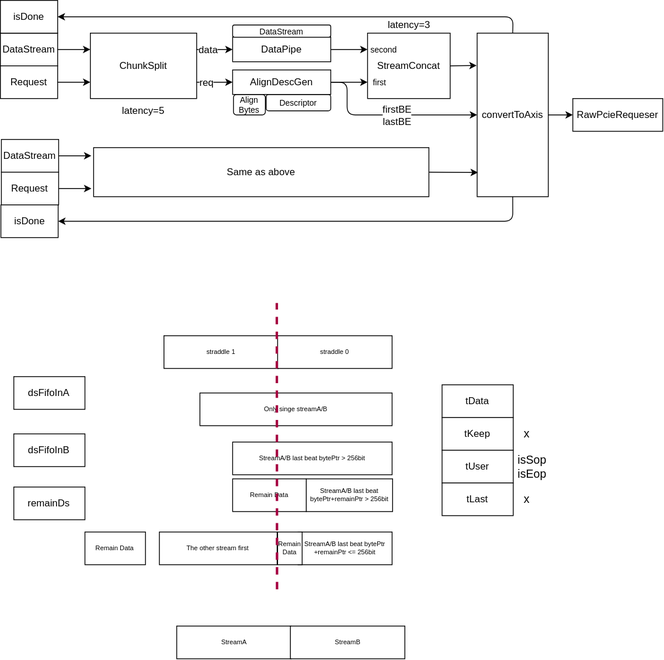
This is img/requester.drawio.svg from datenlord/blue-dmac, a draw.io export, as it was before one commit. Source tidied: cells renumbered, new cells last; positions are measured from the earlier drawing's top-left corner, leaving out a move shared by most shapes.
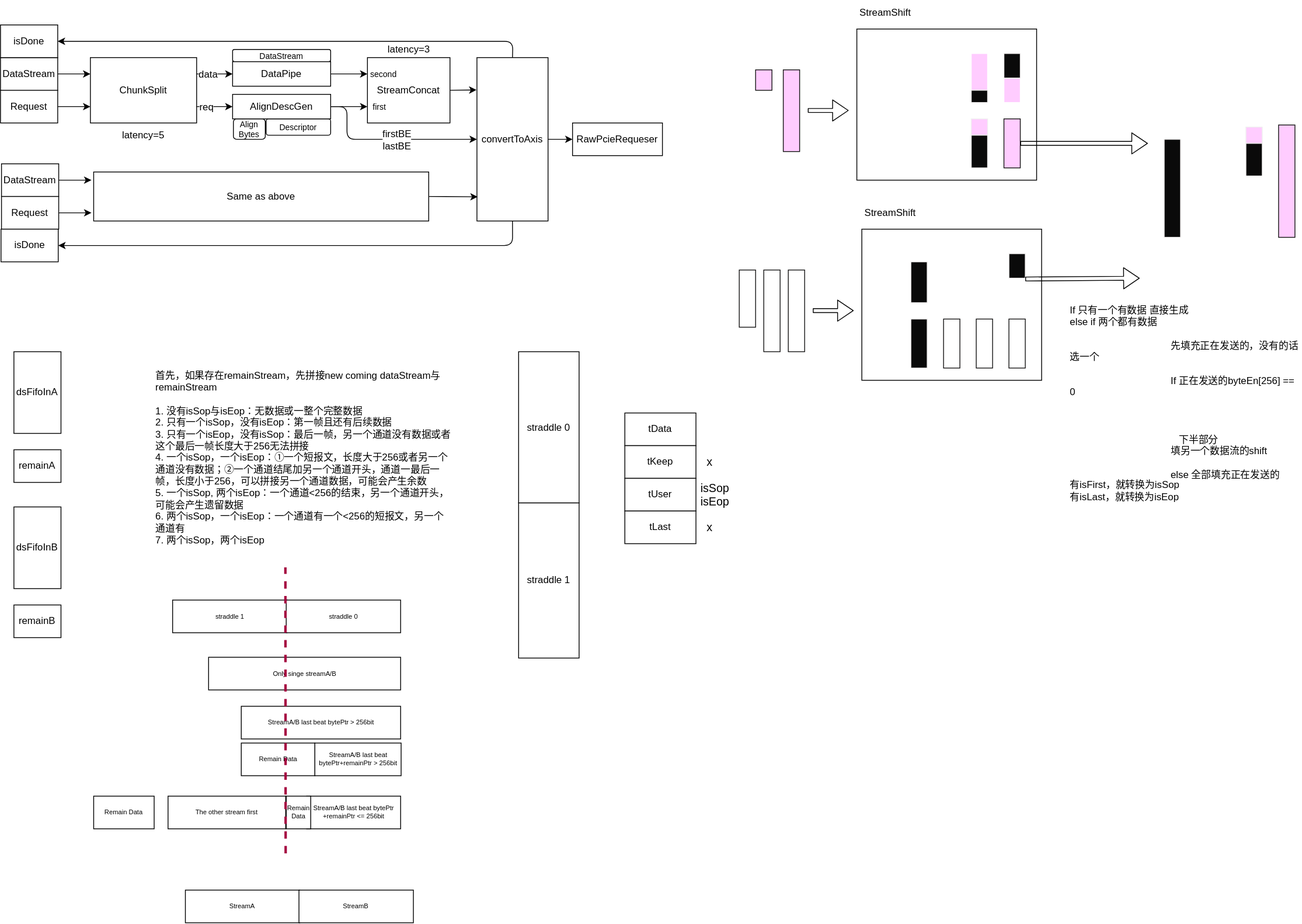
Above is the later version.

The edit, as a diff of the source:
```diff
@@ -97,60 +97,57 @@
     <mxCell id="28" value="&lt;span style=&quot;font-size: 12px;&quot;&gt;dsFifoInA&lt;/span&gt;" style="rounded=0;whiteSpace=wrap;html=1;fontSize=8;" parent="1" vertex="1">
-      <mxGeometry x="16.4" y="460" width="87" height="40" as="geometry" />
+      <mxGeometry x="16.4" y="400" width="57.6" height="100" as="geometry" />
     </mxCell>
-    <mxCell id="29" value="&lt;span style=&quot;font-size: 12px;&quot;&gt;dsFifoInB&lt;/span&gt;" style="rounded=0;whiteSpace=wrap;html=1;fontSize=8;" parent="1" vertex="1">
-      <mxGeometry x="16.4" y="530" width="87" height="40" as="geometry" />
-    </mxCell>
     <mxCell id="30" value="&lt;span style=&quot;font-size: 12px;&quot;&gt;tData&lt;/span&gt;" style="rounded=0;whiteSpace=wrap;html=1;fontSize=8;" parent="1" vertex="1">
-      <mxGeometry x="540.1" y="470" width="87" height="40" as="geometry" />
+      <mxGeometry x="764" y="475" width="87" height="40" as="geometry" />
     </mxCell>
     <mxCell id="31" value="&lt;span style=&quot;font-size: 12px;&quot;&gt;tKeep&lt;/span&gt;" style="rounded=0;whiteSpace=wrap;html=1;fontSize=8;" parent="1" vertex="1">
-      <mxGeometry x="540.1" y="510" width="87" height="40" as="geometry" />
+      <mxGeometry x="764" y="515" width="87" height="40" as="geometry" />
     </mxCell>
     <mxCell id="32" value="&lt;span style=&quot;font-size: 12px;&quot;&gt;tUser&lt;/span&gt;" style="rounded=0;whiteSpace=wrap;html=1;fontSize=8;" parent="1" vertex="1">
-      <mxGeometry x="540.1" y="550" width="87" height="40" as="geometry" />
+      <mxGeometry x="764" y="555" width="87" height="40" as="geometry" />
     </mxCell>
     <mxCell id="33" value="&lt;span style=&quot;font-size: 12px;&quot;&gt;tLast&lt;/span&gt;" style="rounded=0;whiteSpace=wrap;html=1;fontSize=8;" parent="1" vertex="1">
-      <mxGeometry x="540.1" y="590" width="87" height="40" as="geometry" />
+      <mxGeometry x="764" y="595" width="87" height="40" as="geometry" />
     </mxCell>
     <mxCell id="34" value="straddle 1" style="rounded=0;whiteSpace=wrap;html=1;fontSize=8;" parent="1" vertex="1">
-      <mxGeometry x="200" y="410" width="140" height="40" as="geometry" />
+      <mxGeometry x="210.6" y="704" width="140" height="40" as="geometry" />
     </mxCell>
     <mxCell id="35" value="straddle 0" style="rounded=0;whiteSpace=wrap;html=1;fontSize=8;" parent="1" vertex="1">
-      <mxGeometry x="339" y="410" width="140" height="40" as="geometry" />
+      <mxGeometry x="349.6" y="704" width="140" height="40" as="geometry" />
     </mxCell>
     <mxCell id="36" value="StreamA/B last beat bytePtr &amp;gt; 256bit" style="rounded=0;whiteSpace=wrap;html=1;fontSize=8;" parent="1" vertex="1">
-      <mxGeometry x="284" y="540" width="195" height="40" as="geometry" />
+      <mxGeometry x="294.6" y="834" width="195" height="40" as="geometry" />
     </mxCell>
     <mxCell id="37" value="Only singe streamA/B" style="rounded=0;whiteSpace=wrap;html=1;fontSize=8;" parent="1" vertex="1">
-      <mxGeometry x="244" y="480" width="235" height="40" as="geometry" />
+      <mxGeometry x="254.6" y="774" width="235" height="40" as="geometry" />
     </mxCell>
     <mxCell id="38" value="StreamA" style="rounded=0;whiteSpace=wrap;html=1;fontSize=8;" parent="1" vertex="1">
-      <mxGeometry x="215.6" y="765" width="140" height="40" as="geometry" />
+      <mxGeometry x="226.2" y="1059" width="140" height="40" as="geometry" />
     </mxCell>
     <mxCell id="39" value="StreamB" style="rounded=0;whiteSpace=wrap;html=1;fontSize=8;" parent="1" vertex="1">
-      <mxGeometry x="354.6" y="765" width="140" height="40" as="geometry" />
+      <mxGeometry x="365.2" y="1059" width="140" height="40" as="geometry" />
     </mxCell>
     <mxCell id="40" value="&lt;font style=&quot;font-size: 14px;&quot;&gt;x&lt;/font&gt;" style="text;html=1;strokeColor=none;fillColor=none;align=center;verticalAlign=middle;whiteSpace=wrap;rounded=0;" parent="1" vertex="1">
-      <mxGeometry x="627.1" y="515" width="34" height="30" as="geometry" />
+      <mxGeometry x="851" y="520" width="34" height="30" as="geometry" />
     </mxCell>
     <mxCell id="41" value="&lt;font style=&quot;font-size: 14px;&quot;&gt;x&lt;/font&gt;" style="text;html=1;strokeColor=none;fillColor=none;align=center;verticalAlign=middle;whiteSpace=wrap;rounded=0;" parent="1" vertex="1">
-      <mxGeometry x="627.1" y="595" width="34" height="30" as="geometry" />
+      <mxGeometry x="851" y="600" width="34" height="30" as="geometry" />
     </mxCell>
     <mxCell id="42" value="StreamA/B last beat&amp;nbsp;bytePtr&lt;br&gt;+remainPtr &amp;lt;= 256bit" style="rounded=0;whiteSpace=wrap;html=1;fontSize=8;" parent="1" vertex="1">
-      <mxGeometry x="364" y="650" width="115" height="40" as="geometry" />
+      <mxGeometry x="374.6" y="944" width="115" height="40" as="geometry" />
     </mxCell>
     <mxCell id="43" value="The other stream first" style="rounded=0;whiteSpace=wrap;html=1;fontSize=8;" parent="1" vertex="1">
-      <mxGeometry x="194.4" y="650" width="144" height="40" as="geometry" />
+      <mxGeometry x="205" y="944" width="144" height="40" as="geometry" />
     </mxCell>
     <mxCell id="44" value="Remain Data" style="rounded=0;whiteSpace=wrap;html=1;fontSize=8;" parent="1" vertex="1">
-      <mxGeometry x="103.4" y="650" width="74" height="40" as="geometry" />
+      <mxGeometry x="114" y="944" width="74" height="40" as="geometry" />
     </mxCell>
     <mxCell id="45" value="StreamA/B last beat bytePtr+remainPtr &amp;gt; 256bit" style="rounded=0;whiteSpace=wrap;html=1;fontSize=8;" parent="1" vertex="1">
-      <mxGeometry x="374" y="585" width="105.6" height="40" as="geometry" />
+      <mxGeometry x="384.6" y="879" width="105.6" height="40" as="geometry" />
     </mxCell>
     <mxCell id="46" value="Remain Data" style="rounded=0;whiteSpace=wrap;html=1;fontSize=8;" parent="1" vertex="1">
-      <mxGeometry x="284" y="585" width="90" height="40" as="geometry" />
+      <mxGeometry x="294.6" y="879" width="90" height="40" as="geometry" />
     </mxCell>
     <mxCell id="47" value="Remain Data" style="rounded=0;whiteSpace=wrap;html=1;fontSize=8;" parent="1" vertex="1">
-      <mxGeometry x="339" y="650" width="30" height="40" as="geometry" />
+      <mxGeometry x="349.6" y="944" width="30" height="40" as="geometry" />
     </mxCell>
@@ -158,4 +155,4 @@
       <mxGeometry relative="1" as="geometry">
-        <mxPoint x="338.3" y="720" as="sourcePoint" />
-        <mxPoint x="338" y="370" as="targetPoint" />
+        <mxPoint x="348.9" y="1014" as="sourcePoint" />
+        <mxPoint x="348.6" y="664" as="targetPoint" />
       </mxGeometry>
@@ -163,3 +160,3 @@
     <mxCell id="49" value="&lt;font style=&quot;font-size: 14px;&quot;&gt;isSop&lt;br&gt;isEop&lt;br&gt;&lt;/font&gt;" style="text;html=1;strokeColor=none;fillColor=none;align=center;verticalAlign=middle;whiteSpace=wrap;rounded=0;" parent="1" vertex="1">
-      <mxGeometry x="627.1" y="555" width="46.9" height="30" as="geometry" />
+      <mxGeometry x="851" y="560" width="46.9" height="30" as="geometry" />
     </mxCell>
@@ -197,4 +194,4 @@
     </mxCell>
-    <mxCell id="59" value="&lt;span style=&quot;font-size: 12px;&quot;&gt;remainDs&lt;/span&gt;" style="rounded=0;whiteSpace=wrap;html=1;fontSize=8;" parent="1" vertex="1">
-      <mxGeometry x="16.4" y="595" width="87" height="40" as="geometry" />
+    <mxCell id="59" value="&lt;span style=&quot;font-size: 12px;&quot;&gt;remainA&lt;/span&gt;" style="rounded=0;whiteSpace=wrap;html=1;fontSize=8;" parent="1" vertex="1">
+      <mxGeometry x="16.4" y="520" width="57.6" height="40" as="geometry" />
     </mxCell>
@@ -206,2 +203,148 @@
     </mxCell>
+    <mxCell id="62" value="&lt;font style=&quot;font-size: 12px;&quot;&gt;straddle 1&lt;/font&gt;" style="rounded=0;whiteSpace=wrap;html=1;fontSize=8;" parent="1" vertex="1">
+      <mxGeometry x="634" y="585" width="74" height="190" as="geometry" />
+    </mxCell>
+    <mxCell id="63" value="&lt;font style=&quot;font-size: 12px;&quot;&gt;straddle 0&lt;/font&gt;" style="rounded=0;whiteSpace=wrap;html=1;fontSize=8;" parent="1" vertex="1">
+      <mxGeometry x="634" y="400" width="74" height="185" as="geometry" />
+    </mxCell>
+    <mxCell id="64" value="首先，如果存在remainStream，先拼接new coming dataStream与remainStream&lt;br&gt;&lt;br&gt;1. 没有isSop与isEop：无数据或一整个完整数据&lt;br&gt;&lt;div style=&quot;&quot;&gt;&lt;span style=&quot;background-color: initial;&quot;&gt;2. 只有一个isSop，没有isEop：第一帧且还有后续数据&lt;/span&gt;&lt;/div&gt;&lt;div style=&quot;&quot;&gt;&lt;span style=&quot;background-color: initial;&quot;&gt;3. 只有一个isEop，没有isSop：最后一帧，另一个通道没有数据或者这个最后一帧长度大于256无法拼接&lt;/span&gt;&lt;/div&gt;&lt;div style=&quot;&quot;&gt;&lt;span style=&quot;background-color: initial;&quot;&gt;4. 一个isSop，一个isEop：①一个短报文，长度大于256或者另一个通道没有数据；②一个通道结尾加另一个通道开头，通道一最后一帧，长度小于256，可以拼接另一个通道数据，可能会产生余数&lt;/span&gt;&lt;/div&gt;&lt;div style=&quot;&quot;&gt;&lt;span style=&quot;background-color: initial;&quot;&gt;5. 一个isSop, 两个isEop：一个通道&amp;lt;256的结束，另一个通道开头，可能会产生遗留数据&lt;/span&gt;&lt;/div&gt;&lt;div style=&quot;&quot;&gt;&lt;span style=&quot;background-color: initial;&quot;&gt;6. 两个isSop，一个isEop：一个通道有一个&amp;lt;256的短报文，另一个通道有&lt;/span&gt;&lt;/div&gt;&lt;div style=&quot;&quot;&gt;&lt;span style=&quot;background-color: initial;&quot;&gt;7. 两个isSop，两个isEop&lt;/span&gt;&lt;/div&gt;" style="text;html=1;strokeColor=none;fillColor=none;align=left;verticalAlign=middle;whiteSpace=wrap;rounded=0;fontSize=12;" parent="1" vertex="1">
+      <mxGeometry x="188" y="400" width="366" height="260" as="geometry" />
+    </mxCell>
+    <mxCell id="29" value="&lt;span style=&quot;font-size: 12px;&quot;&gt;dsFifoInB&lt;/span&gt;" style="rounded=0;whiteSpace=wrap;html=1;fontSize=8;" parent="1" vertex="1">
+      <mxGeometry x="16.4" y="590" width="57.6" height="100" as="geometry" />
+    </mxCell>
+    <mxCell id="65" value="&lt;span style=&quot;font-size: 12px;&quot;&gt;remainB&lt;/span&gt;" style="rounded=0;whiteSpace=wrap;html=1;fontSize=8;" parent="1" vertex="1">
+      <mxGeometry x="16.4" y="710" width="57.6" height="40" as="geometry" />
+    </mxCell>
+    <mxCell id="66" style="rounded=0;whiteSpace=wrap;html=1;fontSize=8;" parent="1" vertex="1">
+      <mxGeometry x="1054" y="250" width="220" height="185" as="geometry" />
+    </mxCell>
+    <mxCell id="67" style="rounded=0;whiteSpace=wrap;html=1;fontSize=12;fillStyle=auto;gradientColor=none;fillColor=#FFFFFF;glass=0;strokeColor=#151414;" parent="1" vertex="1">
+      <mxGeometry x="964" y="300" width="20" height="100" as="geometry" />
+    </mxCell>
+    <mxCell id="68" style="shape=flexArrow;endArrow=classic;html=1;strokeWidth=1;fontSize=12;width=4.848484848484849;endSize=6.054545454545455;" parent="1" edge="1">
+      <mxGeometry relative="1" as="geometry">
+        <mxPoint x="994" y="349.7" as="sourcePoint" />
+        <mxPoint x="1044" y="349.7" as="targetPoint" />
+      </mxGeometry>
+    </mxCell>
+    <mxCell id="69" style="rounded=0;whiteSpace=wrap;html=1;fontSize=12;fillStyle=auto;gradientColor=none;fillColor=#FFFFFF;glass=0;strokeColor=#151414;" parent="1" vertex="1">
+      <mxGeometry x="1234" y="360" width="20" height="60" as="geometry" />
+    </mxCell>
+    <mxCell id="70" style="rounded=0;whiteSpace=wrap;html=1;fontSize=12;fillStyle=auto;gradientColor=none;fillColor=#FFFFFF;glass=0;strokeColor=#FFFFFF;" parent="1" vertex="1">
+      <mxGeometry x="1234" y="310" width="20" height="30" as="geometry" />
+    </mxCell>
+    <mxCell id="71" style="rounded=0;whiteSpace=wrap;html=1;fontSize=12;fillStyle=auto;gradientColor=none;fillColor=#FFFFFF;glass=0;strokeColor=#151414;" parent="1" vertex="1">
+      <mxGeometry x="934" y="300" width="20" height="100" as="geometry" />
+    </mxCell>
+    <mxCell id="72" style="rounded=0;whiteSpace=wrap;html=1;fontSize=12;fillStyle=auto;gradientColor=none;fillColor=#FFFFFF;glass=0;strokeColor=#151414;" parent="1" vertex="1">
+      <mxGeometry x="904" y="300" width="20" height="70" as="geometry" />
+    </mxCell>
+    <mxCell id="73" style="rounded=0;whiteSpace=wrap;html=1;fontSize=12;fillStyle=auto;gradientColor=none;fillColor=#FFFFFF;glass=0;strokeColor=#151414;" parent="1" vertex="1">
+      <mxGeometry x="1194" y="360" width="20" height="60" as="geometry" />
+    </mxCell>
+    <mxCell id="74" style="rounded=0;whiteSpace=wrap;html=1;fontSize=12;fillStyle=auto;gradientColor=none;fillColor=#FFFFFF;glass=0;strokeColor=#151414;" parent="1" vertex="1">
+      <mxGeometry x="1154" y="360" width="20" height="60" as="geometry" />
+    </mxCell>
+    <mxCell id="75" style="rounded=0;whiteSpace=wrap;html=1;fontSize=12;fillStyle=auto;gradientColor=none;fillColor=#0a0a0a;glass=0;strokeColor=#f1efef;strokeWidth=1;" parent="1" vertex="1">
+      <mxGeometry x="1234" y="280" width="20" height="30" as="geometry" />
+    </mxCell>
+    <mxCell id="76" style="rounded=0;whiteSpace=wrap;html=1;fontSize=12;fillStyle=auto;gradientColor=none;fillColor=#FFFFFF;glass=0;strokeColor=#FFFFFF;" parent="1" vertex="1">
+      <mxGeometry x="1194" y="280" width="20" height="60" as="geometry" />
+    </mxCell>
+    <mxCell id="77" style="rounded=0;whiteSpace=wrap;html=1;fontSize=12;fillStyle=auto;gradientColor=none;fillColor=#FFFFFF;glass=0;strokeColor=#FFFFFF;" parent="1" vertex="1">
+      <mxGeometry x="1154" y="280" width="20" height="60" as="geometry" />
+    </mxCell>
+    <mxCell id="78" style="rounded=0;whiteSpace=wrap;html=1;fontSize=12;fillStyle=auto;gradientColor=none;fillColor=#FFFFFF;glass=0;strokeColor=#FFFFFF;" parent="1" vertex="1">
+      <mxGeometry x="1114" y="280" width="20" height="10" as="geometry" />
+    </mxCell>
+    <mxCell id="79" style="rounded=0;whiteSpace=wrap;html=1;fontSize=12;fillStyle=auto;gradientColor=none;fillColor=#0a0a0a;glass=0;strokeColor=#f1efef;strokeWidth=1;" parent="1" vertex="1">
+      <mxGeometry x="1114" y="360" width="20" height="60" as="geometry" />
+    </mxCell>
+    <mxCell id="80" style="rounded=0;whiteSpace=wrap;html=1;fontSize=12;fillStyle=auto;gradientColor=none;fillColor=#0a0a0a;glass=0;strokeColor=#f1efef;strokeWidth=1;" parent="1" vertex="1">
+      <mxGeometry x="1114" y="290" width="20" height="50" as="geometry" />
+    </mxCell>
+    <mxCell id="81" value="StreamShift" style="text;html=1;strokeColor=none;fillColor=none;align=center;verticalAlign=middle;whiteSpace=wrap;rounded=0;glass=0;sketch=0;fillStyle=auto;strokeWidth=1;fontSize=12;" parent="1" vertex="1">
+      <mxGeometry x="1054" y="215" width="70" height="30" as="geometry" />
+    </mxCell>
+    <mxCell id="82" style="rounded=0;whiteSpace=wrap;html=1;fontSize=8;" parent="1" vertex="1">
+      <mxGeometry x="1047.9" y="5" width="220" height="185" as="geometry" />
+    </mxCell>
+    <mxCell id="83" style="rounded=0;whiteSpace=wrap;html=1;fontSize=12;fillStyle=auto;gradientColor=none;fillColor=#FFCCFF;glass=0;strokeColor=#151414;" parent="1" vertex="1">
+      <mxGeometry x="957.9" y="55" width="20" height="100" as="geometry" />
+    </mxCell>
+    <mxCell id="84" style="shape=flexArrow;endArrow=classic;html=1;strokeWidth=1;fontSize=12;width=4.848484848484849;endSize=6.054545454545455;" parent="1" edge="1">
+      <mxGeometry relative="1" as="geometry">
+        <mxPoint x="987.9" y="104.7" as="sourcePoint" />
+        <mxPoint x="1037.9" y="104.7" as="targetPoint" />
+      </mxGeometry>
+    </mxCell>
+    <mxCell id="85" style="rounded=0;whiteSpace=wrap;html=1;fontSize=12;fillStyle=auto;gradientColor=none;fillColor=#FFCCFF;glass=0;strokeColor=#151414;" parent="1" vertex="1">
+      <mxGeometry x="1227.9" y="115" width="20" height="60" as="geometry" />
+    </mxCell>
+    <mxCell id="86" style="rounded=0;whiteSpace=wrap;html=1;fontSize=12;fillStyle=auto;gradientColor=none;fillColor=#FFCCFF;glass=0;strokeColor=#FFFFFF;" parent="1" vertex="1">
+      <mxGeometry x="1227.9" y="65" width="20" height="30" as="geometry" />
+    </mxCell>
+    <mxCell id="87" style="rounded=0;whiteSpace=wrap;html=1;fontSize=12;fillStyle=auto;gradientColor=none;fillColor=#FFCCFF;glass=0;strokeColor=#151414;" parent="1" vertex="1">
+      <mxGeometry x="924" y="55" width="20" height="25" as="geometry" />
+    </mxCell>
+    <mxCell id="88" style="rounded=0;whiteSpace=wrap;html=1;fontSize=12;fillStyle=auto;gradientColor=none;fillColor=#FFCCFF;glass=0;strokeColor=#f0f0f0;" parent="1" vertex="1">
+      <mxGeometry x="1187.9" y="115" width="20" height="25" as="geometry" />
+    </mxCell>
+    <mxCell id="89" style="rounded=0;whiteSpace=wrap;html=1;fontSize=12;fillStyle=auto;gradientColor=none;fillColor=#0a0a0a;glass=0;strokeColor=#f1efef;strokeWidth=1;" parent="1" vertex="1">
+      <mxGeometry x="1227.9" y="35" width="20" height="30" as="geometry" />
+    </mxCell>
+    <mxCell id="90" style="rounded=0;whiteSpace=wrap;html=1;fontSize=12;fillStyle=auto;gradientColor=none;fillColor=#FFCCFF;glass=0;strokeColor=#FFFFFF;" parent="1" vertex="1">
+      <mxGeometry x="1187.9" y="35" width="20" height="45" as="geometry" />
+    </mxCell>
+    <mxCell id="91" style="rounded=0;whiteSpace=wrap;html=1;fontSize=12;fillStyle=auto;gradientColor=none;fillColor=#0a0a0a;glass=0;strokeColor=#f1efef;strokeWidth=1;" parent="1" vertex="1">
+      <mxGeometry x="1187.9" y="135" width="20" height="40" as="geometry" />
+    </mxCell>
+    <mxCell id="92" style="rounded=0;whiteSpace=wrap;html=1;fontSize=12;fillStyle=auto;gradientColor=none;fillColor=#0a0a0a;glass=0;strokeColor=#f1efef;strokeWidth=1;" parent="1" vertex="1">
+      <mxGeometry x="1187.9" y="80" width="20" height="15" as="geometry" />
+    </mxCell>
+    <mxCell id="93" value="StreamShift" style="text;html=1;strokeColor=none;fillColor=none;align=center;verticalAlign=middle;whiteSpace=wrap;rounded=0;glass=0;sketch=0;fillStyle=auto;strokeWidth=1;fontSize=12;" parent="1" vertex="1">
+      <mxGeometry x="1047.9" y="-30" width="70" height="30" as="geometry" />
+    </mxCell>
+    <mxCell id="94" style="rounded=0;whiteSpace=wrap;html=1;fontSize=12;fillStyle=auto;gradientColor=none;fillColor=#FFCCFF;glass=0;strokeColor=#151414;" parent="1" vertex="1">
+      <mxGeometry x="1564" y="122.5" width="20" height="137.5" as="geometry" />
+    </mxCell>
+    <mxCell id="95" style="rounded=0;whiteSpace=wrap;html=1;fontSize=12;fillStyle=auto;gradientColor=none;fillColor=#FFCCFF;glass=0;strokeColor=#f0f0f0;" parent="1" vertex="1">
+      <mxGeometry x="1524" y="125" width="20" height="25" as="geometry" />
+    </mxCell>
+    <mxCell id="96" style="rounded=0;whiteSpace=wrap;html=1;fontSize=12;fillStyle=auto;gradientColor=none;fillColor=#0a0a0a;glass=0;strokeColor=#f1efef;strokeWidth=1;" parent="1" vertex="1">
+      <mxGeometry x="1524" y="145" width="20" height="40" as="geometry" />
+    </mxCell>
+    <mxCell id="97" style="rounded=0;whiteSpace=wrap;html=1;fontSize=12;fillStyle=auto;gradientColor=none;fillColor=#FFFFFF;glass=0;strokeColor=#FFFFFF;" parent="1" vertex="1">
+      <mxGeometry x="1524" y="185" width="20" height="75" as="geometry" />
+    </mxCell>
+    <mxCell id="98" style="rounded=0;whiteSpace=wrap;html=1;fontSize=12;fillStyle=auto;gradientColor=none;fillColor=#FFFFFF;glass=0;strokeColor=#FFFFFF;" parent="1" vertex="1">
+      <mxGeometry x="1484" y="125" width="20" height="135" as="geometry" />
+    </mxCell>
+    <mxCell id="99" style="shape=flexArrow;endArrow=classic;html=1;strokeWidth=1;fontSize=12;width=4.848484848484849;endSize=6.054545454545455;exitX=1;exitY=0.5;exitDx=0;exitDy=0;" parent="1" edge="1" source="85">
+      <mxGeometry relative="1" as="geometry">
+        <mxPoint x="1404" y="145" as="targetPoint" />
+      </mxGeometry>
+    </mxCell>
+    <mxCell id="100" style="shape=flexArrow;endArrow=classic;html=1;strokeWidth=1;fontSize=12;width=4.848484848484849;endSize=6.054545454545455;exitX=1;exitY=0.5;exitDx=0;exitDy=0;" parent="1" edge="1">
+      <mxGeometry relative="1" as="geometry">
+        <mxPoint x="1254" y="311" as="sourcePoint" />
+        <mxPoint x="1394" y="310" as="targetPoint" />
+      </mxGeometry>
+    </mxCell>
+    <mxCell id="101" style="rounded=0;whiteSpace=wrap;html=1;fontSize=12;fillStyle=auto;gradientColor=none;fillColor=#FFFFFF;glass=0;strokeColor=#FFFFFF;" parent="1" vertex="1">
+      <mxGeometry x="1454" y="125" width="20" height="135" as="geometry" />
+    </mxCell>
+    <mxCell id="102" style="rounded=0;whiteSpace=wrap;html=1;fontSize=12;fillStyle=auto;gradientColor=none;fillColor=#FFFFFF;glass=0;strokeColor=#FFFFFF;" parent="1" vertex="1">
+      <mxGeometry x="1424" y="125" width="20" height="15" as="geometry" />
+    </mxCell>
+    <mxCell id="103" style="rounded=0;whiteSpace=wrap;html=1;fontSize=12;fillStyle=auto;gradientColor=none;fillColor=#0a0a0a;glass=0;strokeColor=#f1efef;strokeWidth=1;" parent="1" vertex="1">
+      <mxGeometry x="1424" y="140" width="20" height="120" as="geometry" />
+    </mxCell>
+    <mxCell id="104" value="&lt;div style=&quot;&quot;&gt;&lt;span style=&quot;background-color: initial;&quot;&gt;If 只有一个有数据 直接生成&lt;/span&gt;&lt;/div&gt;&lt;div style=&quot;&quot;&gt;else if 两个都有数据&lt;/div&gt;&lt;div style=&quot;&quot;&gt;&lt;span style=&quot;white-space: pre;&quot;&gt;&#9;&lt;/span&gt;先填充正在发送的，没有的话选一个&lt;br&gt;&lt;/div&gt;&lt;div style=&quot;&quot;&gt;&lt;span style=&quot;white-space: pre;&quot;&gt;&#9;&lt;/span&gt;If 正在发送的byteEn[256] == 0&lt;br&gt;&lt;/div&gt;&lt;div style=&quot;&quot;&gt;&lt;span style=&quot;white-space: pre;&quot;&gt;&#9;&lt;span style=&quot;white-space: pre;&quot;&gt;&#9;&lt;/span&gt;下半部分&lt;/span&gt;填另一个数据流的shift&lt;br&gt;&lt;/div&gt;&lt;div style=&quot;&quot;&gt;&lt;span style=&quot;white-space: pre;&quot;&gt;&#9;&lt;/span&gt;else 全部填充正在发送的&lt;br&gt;&lt;/div&gt;" style="text;html=1;strokeColor=none;fillColor=none;align=left;verticalAlign=middle;whiteSpace=wrap;rounded=0;glass=0;sketch=0;fillStyle=auto;strokeWidth=1;fontSize=12;" parent="1" vertex="1">
+      <mxGeometry x="1306.5" y="355" width="285" height="190" as="geometry" />
+    </mxCell>
+    <mxCell id="105" value="有isFirst，就转换为isSop&lt;br&gt;有isLast，就转换为isEop" style="text;html=1;strokeColor=none;fillColor=none;align=left;verticalAlign=middle;whiteSpace=wrap;rounded=0;glass=0;sketch=0;fillStyle=auto;strokeWidth=1;fontSize=12;" parent="1" vertex="1">
+      <mxGeometry x="1306.5" y="515" width="210" height="110" as="geometry" />
+    </mxCell>
   </root>
```
